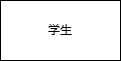
Before: 学籍管理系统ER.png, a diagram exported from draw.io (n1uf/USTC-CS-COURSES). Source tidied: cells renumbered, new cells last; positions are measured from the earlier drawing's top-left corner, leaving out a move shared by most shapes.
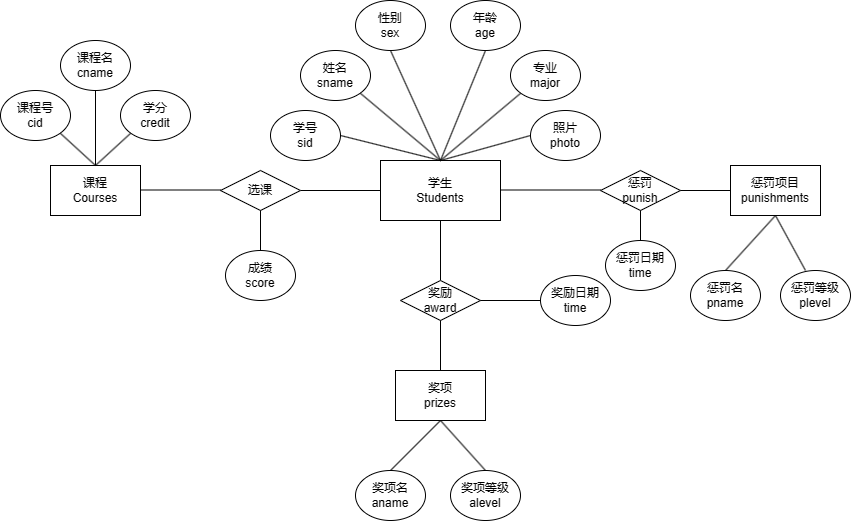
Above is the later version.

Commit message:
更新学籍管理系统ER.png

Diff of the diagram source:
```diff
@@ -2,8 +2,170 @@
   <root>
     <mxCell id="0" />
     <mxCell id="1" parent="0" />
-    <mxCell id="2" value="学生" style="rounded=0;whiteSpace=wrap;html=1;" parent="1" vertex="1">
+    <mxCell id="2" value="学生&lt;div&gt;Students&lt;/div&gt;" style="rounded=0;whiteSpace=wrap;html=1;" parent="1" vertex="1">
       <mxGeometry width="120" height="60" as="geometry" />
     </mxCell>
+    <mxCell id="3" value="学号&lt;div&gt;sid&lt;/div&gt;" style="ellipse;whiteSpace=wrap;html=1;" parent="1" vertex="1">
+      <mxGeometry x="-110" y="-50" width="70" height="50" as="geometry" />
+    </mxCell>
+    <mxCell id="4" value="姓名&lt;br&gt;sname" style="ellipse;whiteSpace=wrap;html=1;" parent="1" vertex="1">
+      <mxGeometry x="-80" y="-110" width="70" height="50" as="geometry" />
+    </mxCell>
+    <mxCell id="5" value="性别&lt;br&gt;sex" style="ellipse;whiteSpace=wrap;html=1;" parent="1" vertex="1">
+      <mxGeometry x="-25" y="-160" width="70" height="50" as="geometry" />
+    </mxCell>
+    <mxCell id="6" value="年龄&lt;div&gt;age&lt;/div&gt;" style="ellipse;whiteSpace=wrap;html=1;" parent="1" vertex="1">
+      <mxGeometry x="70" y="-160" width="70" height="50" as="geometry" />
+    </mxCell>
+    <mxCell id="7" value="专业&lt;div&gt;major&lt;/div&gt;" style="ellipse;whiteSpace=wrap;html=1;" parent="1" vertex="1">
+      <mxGeometry x="130" y="-110" width="70" height="50" as="geometry" />
+    </mxCell>
+    <mxCell id="8" value="照片&lt;div&gt;photo&lt;/div&gt;" style="ellipse;whiteSpace=wrap;html=1;" parent="1" vertex="1">
+      <mxGeometry x="150" y="-50" width="70" height="50" as="geometry" />
+    </mxCell>
+    <mxCell id="9" style="endArrow=none;html=1;rounded=0;entryX=0;entryY=0.5;entryDx=0;entryDy=0;" parent="1" edge="1" target="8">
+      <mxGeometry relative="1" as="geometry">
+        <mxPoint x="60" as="sourcePoint" />
+      </mxGeometry>
+    </mxCell>
+    <mxCell id="10" style="endArrow=none;html=1;rounded=0;entryX=0;entryY=1;entryDx=0;entryDy=0;" parent="1" edge="1" target="7">
+      <mxGeometry relative="1" as="geometry">
+        <mxPoint x="60" as="sourcePoint" />
+      </mxGeometry>
+    </mxCell>
+    <mxCell id="11" style="endArrow=none;html=1;rounded=0;entryX=0.5;entryY=1;entryDx=0;entryDy=0;" parent="1" edge="1" target="6">
+      <mxGeometry relative="1" as="geometry">
+        <mxPoint x="60" as="sourcePoint" />
+      </mxGeometry>
+    </mxCell>
+    <mxCell id="12" style="endArrow=none;html=1;rounded=0;entryX=0.5;entryY=1;entryDx=0;entryDy=0;" parent="1" edge="1" target="5">
+      <mxGeometry relative="1" as="geometry">
+        <mxPoint x="60" as="sourcePoint" />
+      </mxGeometry>
+    </mxCell>
+    <mxCell id="13" style="endArrow=none;html=1;rounded=0;entryX=1;entryY=1;entryDx=0;entryDy=0;" parent="1" edge="1" target="4">
+      <mxGeometry relative="1" as="geometry">
+        <mxPoint x="60" as="sourcePoint" />
+      </mxGeometry>
+    </mxCell>
+    <mxCell id="14" style="endArrow=none;html=1;rounded=0;entryX=1;entryY=0.5;entryDx=0;entryDy=0;exitX=0.5;exitY=0;exitDx=0;exitDy=0;" parent="1" edge="1" source="2" target="3">
+      <mxGeometry relative="1" as="geometry" />
+    </mxCell>
+    <mxCell id="15" style="endArrow=none;html=1;rounded=0;entryX=0;entryY=0.5;entryDx=0;entryDy=0;exitX=1;exitY=0.5;exitDx=0;exitDy=0;" parent="1" edge="1" source="17" target="2">
+      <mxGeometry relative="1" as="geometry" />
+    </mxCell>
+    <mxCell id="16" style="endArrow=none;html=1;rounded=0;entryX=0;entryY=0.5;entryDx=0;entryDy=0;" parent="1" edge="1">
+      <mxGeometry relative="1" as="geometry">
+        <mxPoint x="120" y="29.5" as="sourcePoint" />
+        <mxPoint x="220" y="29.5" as="targetPoint" />
+      </mxGeometry>
+    </mxCell>
+    <mxCell id="17" value="选课" style="rhombus;whiteSpace=wrap;html=1;" parent="1" vertex="1">
+      <mxGeometry x="-160" y="10" width="80" height="40" as="geometry" />
+    </mxCell>
+    <mxCell id="18" style="endArrow=none;html=1;rounded=0;entryX=0;entryY=0.5;entryDx=0;entryDy=0;exitX=1;exitY=0.5;exitDx=0;exitDy=0;" parent="1" edge="1">
+      <mxGeometry relative="1" as="geometry">
+        <mxPoint x="-240" y="29.5" as="sourcePoint" />
+        <mxPoint x="-160" y="29.5" as="targetPoint" />
+      </mxGeometry>
+    </mxCell>
+    <mxCell id="19" value="课程&lt;div&gt;Courses&lt;/div&gt;" style="rounded=0;whiteSpace=wrap;html=1;" parent="1" vertex="1">
+      <mxGeometry x="-330" y="5" width="90" height="50" as="geometry" />
+    </mxCell>
+    <mxCell id="20" value="课程号&lt;div&gt;cid&lt;/div&gt;" style="ellipse;whiteSpace=wrap;html=1;" parent="1" vertex="1">
+      <mxGeometry x="-380" y="-70" width="70" height="50" as="geometry" />
+    </mxCell>
+    <mxCell id="21" value="课程名&lt;div&gt;cname&lt;/div&gt;" style="ellipse;whiteSpace=wrap;html=1;" parent="1" vertex="1">
+      <mxGeometry x="-320" y="-120" width="70" height="50" as="geometry" />
+    </mxCell>
+    <mxCell id="22" value="学分&lt;div&gt;credit&lt;/div&gt;" style="ellipse;whiteSpace=wrap;html=1;" parent="1" vertex="1">
+      <mxGeometry x="-260" y="-70" width="70" height="50" as="geometry" />
+    </mxCell>
+    <mxCell id="23" style="endArrow=none;html=1;rounded=0;entryX=0;entryY=1;entryDx=0;entryDy=0;exitX=0.5;exitY=0;exitDx=0;exitDy=0;" parent="1" edge="1" source="19" target="22">
+      <mxGeometry relative="1" as="geometry" />
+    </mxCell>
+    <mxCell id="24" style="endArrow=none;html=1;rounded=0;entryX=0.5;entryY=1;entryDx=0;entryDy=0;exitX=0.5;exitY=0;exitDx=0;exitDy=0;" parent="1" edge="1" source="19" target="21">
+      <mxGeometry relative="1" as="geometry" />
+    </mxCell>
+    <mxCell id="25" style="endArrow=none;html=1;rounded=0;entryX=1;entryY=1;entryDx=0;entryDy=0;exitX=0.5;exitY=0;exitDx=0;exitDy=0;" parent="1" edge="1" source="19" target="20">
+      <mxGeometry relative="1" as="geometry" />
+    </mxCell>
+    <mxCell id="26" style="endArrow=none;html=1;rounded=0;exitX=0.5;exitY=1;exitDx=0;exitDy=0;" parent="1" edge="1" source="17">
+      <mxGeometry relative="1" as="geometry">
+        <mxPoint x="-120" y="90" as="targetPoint" />
+      </mxGeometry>
+    </mxCell>
+    <mxCell id="27" value="成绩&lt;div&gt;score&lt;/div&gt;" style="ellipse;whiteSpace=wrap;html=1;" parent="1" vertex="1">
+      <mxGeometry x="-155" y="90" width="70" height="50" as="geometry" />
+    </mxCell>
+    <mxCell id="28" style="endArrow=none;html=1;rounded=0;entryX=0.5;entryY=1;entryDx=0;entryDy=0;" parent="1" edge="1" target="2">
+      <mxGeometry relative="1" as="geometry">
+        <mxPoint x="60" y="120" as="sourcePoint" />
+      </mxGeometry>
+    </mxCell>
+    <mxCell id="29" value="奖励&lt;div&gt;award&lt;/div&gt;" style="rhombus;whiteSpace=wrap;html=1;" parent="1" vertex="1">
+      <mxGeometry x="20" y="120" width="80" height="40" as="geometry" />
+    </mxCell>
+    <mxCell id="30" value="惩罚&lt;div&gt;punish&lt;/div&gt;" style="rhombus;whiteSpace=wrap;html=1;" parent="1" vertex="1">
+      <mxGeometry x="220" y="10" width="80" height="40" as="geometry" />
+    </mxCell>
+    <mxCell id="31" style="endArrow=none;html=1;rounded=0;" parent="1" edge="1">
+      <mxGeometry relative="1" as="geometry">
+        <mxPoint x="60" y="210" as="sourcePoint" />
+        <mxPoint x="60" y="160" as="targetPoint" />
+      </mxGeometry>
+    </mxCell>
+    <mxCell id="32" value="奖项&lt;div&gt;prizes&lt;/div&gt;" style="rounded=0;whiteSpace=wrap;html=1;" parent="1" vertex="1">
+      <mxGeometry x="15" y="210" width="90" height="50" as="geometry" />
+    </mxCell>
+    <mxCell id="33" style="endArrow=none;html=1;rounded=0;exitX=0.5;exitY=0;exitDx=0;exitDy=0;" parent="1" edge="1" source="35">
+      <mxGeometry relative="1" as="geometry">
+        <mxPoint x="60" y="260" as="targetPoint" />
+      </mxGeometry>
+    </mxCell>
+    <mxCell id="34" style="endArrow=none;html=1;rounded=0;entryX=0.5;entryY=1;entryDx=0;entryDy=0;exitX=0.5;exitY=0;exitDx=0;exitDy=0;" parent="1" edge="1" source="36" target="32">
+      <mxGeometry relative="1" as="geometry" />
+    </mxCell>
+    <mxCell id="35" value="奖项名&lt;div&gt;aname&lt;/div&gt;" style="ellipse;whiteSpace=wrap;html=1;" parent="1" vertex="1">
+      <mxGeometry x="-25" y="310" width="70" height="50" as="geometry" />
+    </mxCell>
+    <mxCell id="36" value="奖项等级&lt;div&gt;alevel&lt;/div&gt;" style="ellipse;whiteSpace=wrap;html=1;" parent="1" vertex="1">
+      <mxGeometry x="70" y="310" width="70" height="50" as="geometry" />
+    </mxCell>
+    <mxCell id="37" value="惩罚项目&lt;div&gt;punishments&lt;/div&gt;" style="rounded=0;whiteSpace=wrap;html=1;" parent="1" vertex="1">
+      <mxGeometry x="350" y="5" width="90" height="50" as="geometry" />
+    </mxCell>
+    <mxCell id="38" style="endArrow=none;html=1;rounded=0;exitX=0.5;exitY=0;exitDx=0;exitDy=0;entryX=0.5;entryY=1;entryDx=0;entryDy=0;" parent="1" edge="1" source="40" target="37">
+      <mxGeometry relative="1" as="geometry" />
+    </mxCell>
+    <mxCell id="39" style="endArrow=none;html=1;rounded=0;entryX=0.5;entryY=1;entryDx=0;entryDy=0;exitX=0.5;exitY=0;exitDx=0;exitDy=0;" parent="1" edge="1" target="37">
+      <mxGeometry relative="1" as="geometry">
+        <mxPoint x="425" y="110" as="sourcePoint" />
+      </mxGeometry>
+    </mxCell>
+    <mxCell id="40" value="惩罚名&lt;div&gt;pname&lt;/div&gt;" style="ellipse;whiteSpace=wrap;html=1;" parent="1" vertex="1">
+      <mxGeometry x="310" y="110" width="70" height="50" as="geometry" />
+    </mxCell>
+    <mxCell id="41" value="惩罚等级&lt;div&gt;plevel&lt;/div&gt;" style="ellipse;whiteSpace=wrap;html=1;" parent="1" vertex="1">
+      <mxGeometry x="400" y="110" width="70" height="50" as="geometry" />
+    </mxCell>
+    <mxCell id="42" style="endArrow=none;html=1;rounded=0;exitX=0;exitY=0.5;exitDx=0;exitDy=0;entryX=1;entryY=0.5;entryDx=0;entryDy=0;" parent="1" edge="1" source="37" target="30">
+      <mxGeometry relative="1" as="geometry" />
+    </mxCell>
+    <mxCell id="43" style="endArrow=none;html=1;rounded=0;" parent="1" edge="1">
+      <mxGeometry relative="1" as="geometry">
+        <mxPoint x="100" y="140" as="sourcePoint" />
+        <mxPoint x="160" y="140" as="targetPoint" />
+      </mxGeometry>
+    </mxCell>
+    <mxCell id="44" value="奖励日期&lt;div&gt;time&lt;/div&gt;" style="ellipse;whiteSpace=wrap;html=1;" parent="1" vertex="1">
+      <mxGeometry x="160" y="115" width="70" height="50" as="geometry" />
+    </mxCell>
+    <mxCell id="45" value="惩罚日期&lt;div&gt;time&lt;/div&gt;" style="ellipse;whiteSpace=wrap;html=1;" parent="1" vertex="1">
+      <mxGeometry x="225" y="80" width="70" height="50" as="geometry" />
+    </mxCell>
+    <mxCell id="46" style="endArrow=none;html=1;rounded=0;entryX=0.5;entryY=1;entryDx=0;entryDy=0;exitX=0.5;exitY=0;exitDx=0;exitDy=0;" parent="1" edge="1" source="45" target="30">
+      <mxGeometry relative="1" as="geometry" />
+    </mxCell>
   </root>
 </mxGraphModel>
```
